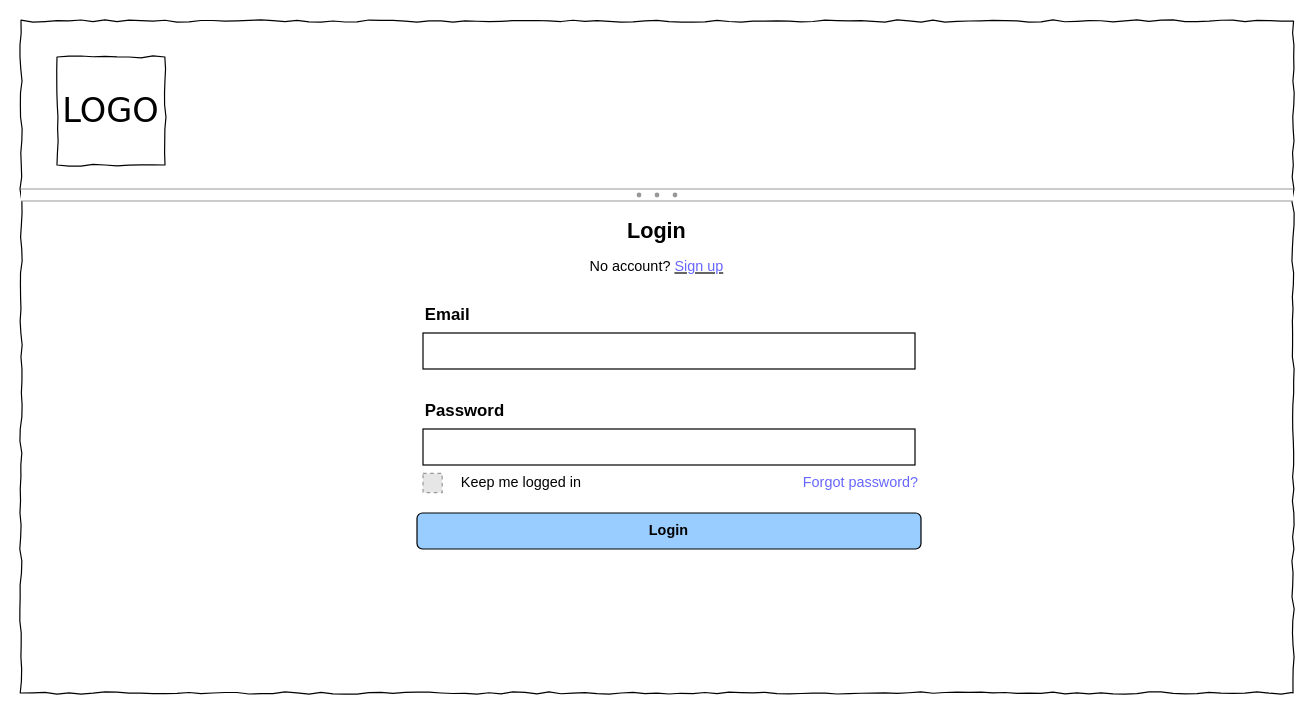
Above: Project Design/Wireframes/Login Page.drawio in muhammed-ayman/ScholarStack (draw.io), before the change. Source tidied: cells renumbered, new cells numbered last; positions are measured from the earlier drawing's top-left corner, leaving out a move shared by most shapes. Both pictures are drawn from the tidied source at 120%, with x=0, y=0 at pixel (20, 20). Pictures stored in the file or linked from it are replaced by grey dashed boxes.
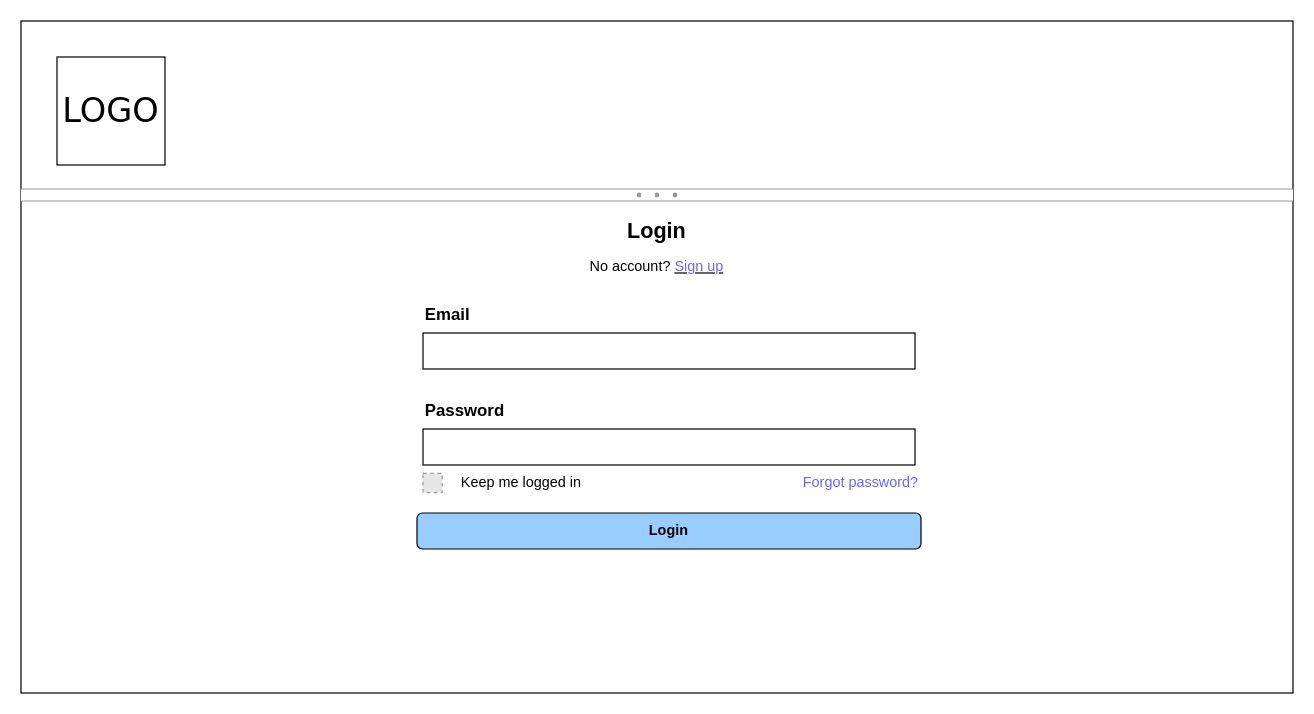
The same page after the edit.

Change to the diagram source:
```diff
@@
 <mxGraphModel>
   <root>
     <mxCell id="0" />
     <mxCell id="1" parent="0" />
-    <mxCell id="2" style="whiteSpace=wrap;html=1;rounded=0;shadow=0;labelBackgroundColor=none;strokeColor=#000000;strokeWidth=1;fillColor=none;fontFamily=Verdana;fontSize=12;fontColor=#000000;align=center;comic=1;" parent="1" vertex="1">
+    <mxCell id="2" style="whiteSpace=wrap;html=1;rounded=0;shadow=0;labelBackgroundColor=none;strokeColor=#000000;strokeWidth=1;fillColor=none;fontFamily=Verdana;fontSize=12;fontColor=#000000;align=center;comic=0;" parent="1" vertex="1">
       <mxGeometry width="1060" height="560" as="geometry" />
     </mxCell>
-    <mxCell id="3" value="LOGO" style="whiteSpace=wrap;html=1;rounded=0;shadow=0;labelBackgroundColor=none;strokeWidth=1;fontFamily=Verdana;fontSize=28;align=center;comic=1;" parent="1" vertex="1">
+    <mxCell id="3" value="LOGO" style="whiteSpace=wrap;html=1;rounded=0;shadow=0;labelBackgroundColor=none;strokeWidth=1;fontFamily=Verdana;fontSize=28;align=center;comic=0;" parent="1" vertex="1">
       <mxGeometry x="30" y="30" width="90" height="90" as="geometry" />
     </mxCell>
     <mxCell id="4" style="rounded=0;whiteSpace=wrap;html=1;" parent="1" vertex="1">
       <mxGeometry x="335" y="260" width="410" height="30" as="geometry" />
     </mxCell>
     <mxCell id="5" style="verticalLabelPosition=bottom;shadow=0;dashed=0;align=center;html=1;verticalAlign=top;strokeWidth=1;shape=mxgraph.mockup.forms.splitter;strokeColor=#999999;" parent="1" vertex="1">
       <mxGeometry y="140" width="1060" height="10" as="geometry" />
     </mxCell>
     <mxCell id="6" value="Email" style="text;html=1;strokeColor=none;fillColor=none;align=left;verticalAlign=middle;whiteSpace=wrap;rounded=0;fontStyle=1;fontSize=14;" parent="1" vertex="1">
       <mxGeometry x="335" y="230" width="165" height="30" as="geometry" />
     </mxCell>
     <mxCell id="7" value="&lt;b style=&quot;font-size: 18px;&quot;&gt;Login&lt;/b&gt;" style="text;html=1;strokeColor=none;fillColor=none;align=center;verticalAlign=middle;whiteSpace=wrap;rounded=0;fontSize=18;" parent="1" vertex="1">
       <mxGeometry x="490" y="160" width="80" height="30" as="geometry" />
     </mxCell>
     <mxCell id="8" style="rounded=0;whiteSpace=wrap;html=1;" parent="1" vertex="1">
       <mxGeometry x="335" y="340" width="410" height="30" as="geometry" />
     </mxCell>
     <mxCell id="9" value="Password" style="text;html=1;strokeColor=none;fillColor=none;align=left;verticalAlign=middle;whiteSpace=wrap;rounded=0;fontStyle=1;fontSize=14;" parent="1" vertex="1">
       <mxGeometry x="335" y="310" width="165" height="30" as="geometry" />
     </mxCell>
     <mxCell id="10" value="Keep me logged in" style="text;html=1;strokeColor=none;fillColor=none;align=left;verticalAlign=middle;whiteSpace=wrap;rounded=0;fontStyle=0;fontSize=12;" parent="1" vertex="1">
       <mxGeometry x="365" y="370" width="175" height="30" as="geometry" />
     </mxCell>
     <mxCell id="11" style="fillColor=#E6E6E6;strokeColor=#999999;dashed=1;verticalLabelPosition=bottom;labelBackgroundColor=default;verticalAlign=top;" parent="1" vertex="1">
       <mxGeometry x="335" y="377" width="16" height="16" as="geometry" />
     </mxCell>
     <mxCell id="12" value="&lt;div style=&quot;direction: ltr;&quot;&gt;&lt;span style=&quot;background-color: initial;&quot;&gt;No account? &lt;u style=&quot;&quot;&gt;&lt;font color=&quot;#6666ff&quot;&gt;Sign up&lt;/font&gt;&lt;/u&gt;&lt;/span&gt;&lt;/div&gt;" style="text;html=1;strokeColor=none;fillColor=none;align=center;verticalAlign=middle;whiteSpace=wrap;rounded=0;" parent="1" vertex="1">
       <mxGeometry x="410" y="190" width="240" height="30" as="geometry" />
     </mxCell>
     <mxCell id="13" value="&lt;b&gt;Login&lt;/b&gt;" style="rounded=1;whiteSpace=wrap;html=1;fillColor=#99CCFF;" parent="1" vertex="1">
       <mxGeometry x="330" y="410" width="420" height="30" as="geometry" />
     </mxCell>
     <mxCell id="14" value="&lt;font color=&quot;#6666ff&quot;&gt;Forgot password?&lt;/font&gt;" style="text;html=1;strokeColor=none;fillColor=none;align=left;verticalAlign=middle;whiteSpace=wrap;rounded=0;fontStyle=0;fontSize=12;" parent="1" vertex="1">
       <mxGeometry x="650" y="370" width="175" height="30" as="geometry" />
     </mxCell>
   </root>
 </mxGraphModel>
```
